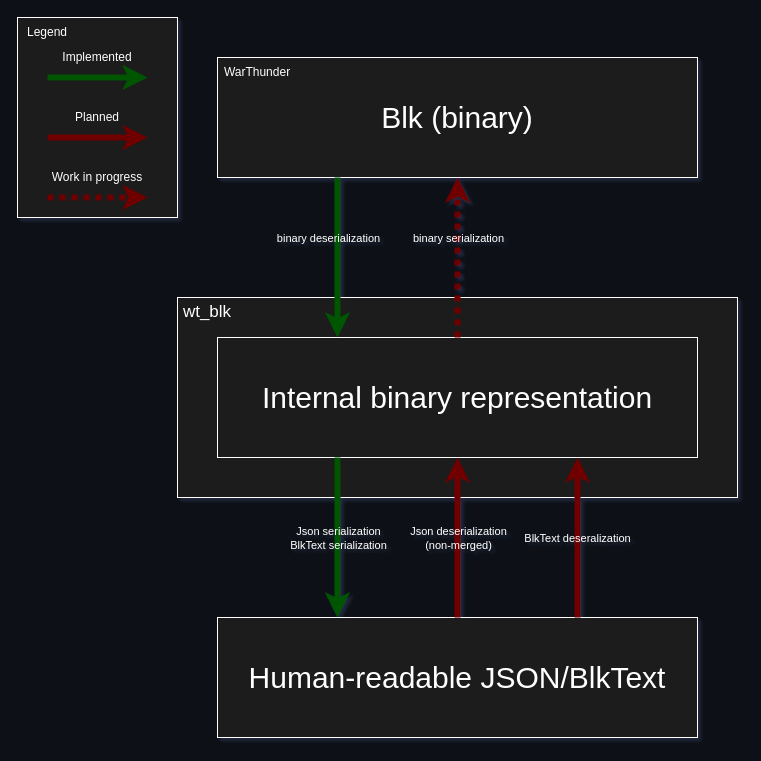
The draw.io diagram charts/blk_conversions.drawio in Warthunder-Open-Source-Foundation/wt_blk, before the edit. Source tidied: cells renumbered, new cells numbered last; positions are measured from the earlier drawing's top-left corner, leaving out a move shared by most shapes. Both pictures are drawn from the tidied source at 100%, with x=0, y=0 at pixel (17, 17).
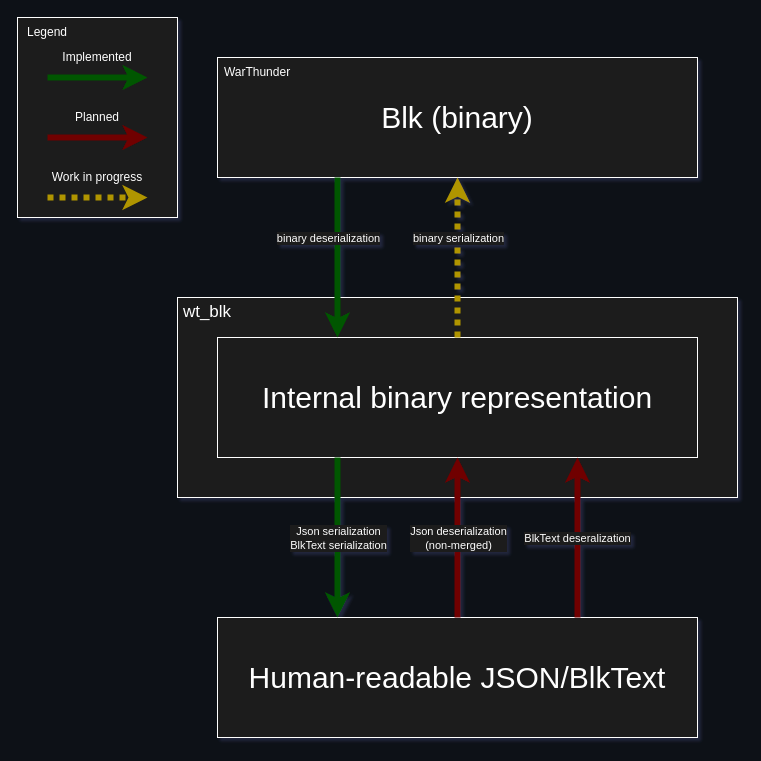
After the change.

Commit message:
Make chart compatible with white mode backgrounds

The change refers to these unchanged cells:
```xml
<mxCell id="4" value="&lt;font style=&quot;font-size: 30px;&quot;&gt;Blk (binary)&lt;/font&gt;" style="rounded=0;whiteSpace=wrap;html=1;labelBackgroundColor=none;fillColor=#1c1c1c;strokeColor=#FFFFFF;fontColor=#FFFFFF;labelBorderColor=none;" parent="1" vertex="1">
  <mxGeometry x="200" y="40" width="480" height="120" as="geometry" />
</mxCell>
<mxCell id="6" value="&lt;font style=&quot;font-size: 30px;&quot;&gt;Internal binary representation&lt;/font&gt;" style="rounded=0;whiteSpace=wrap;html=1;labelBackgroundColor=none;fillColor=#1c1c1c;strokeColor=#FFFFFF;fontColor=#FFFFFF;labelBorderColor=none;" parent="1" vertex="1">
  <mxGeometry x="200" y="320" width="480" height="120" as="geometry" />
</mxCell>
<mxCell id="9" style="endArrow=classic;html=1;rounded=0;exitX=0.25;exitY=1;exitDx=0;exitDy=0;entryX=0.25;entryY=0;entryDx=0;entryDy=0;labelBackgroundColor=none;fontColor=default;fillColor=#008a00;strokeColor=#005700;strokeWidth=6;" parent="1" edge="1" source="4" target="6">
  <mxGeometry relative="1" as="geometry" />
</mxCell>
<mxCell id="12" style="endArrow=classic;html=1;rounded=0;exitX=0.25;exitY=1;exitDx=0;exitDy=0;entryX=0.25;entryY=0;entryDx=0;entryDy=0;labelBackgroundColor=none;fontColor=default;fillColor=#008a00;strokeColor=#005700;strokeWidth=6;" parent="1" edge="1" source="6" target="11">
  <mxGeometry relative="1" as="geometry" />
</mxCell>
<mxCell id="14" style="endArrow=classic;html=1;rounded=0;exitX=0.5;exitY=0;exitDx=0;exitDy=0;entryX=0.5;entryY=1;entryDx=0;entryDy=0;labelBackgroundColor=none;fontColor=default;fillColor=#a20025;strokeColor=#6F0000;strokeWidth=6;" parent="1" edge="1" source="11" target="6">
  <mxGeometry relative="1" as="geometry" />
</mxCell>
<mxCell id="16" style="endArrow=classic;html=1;rounded=0;exitX=0.75;exitY=0;exitDx=0;exitDy=0;entryX=0.75;entryY=1;entryDx=0;entryDy=0;labelBackgroundColor=none;fontColor=default;fillColor=#a20025;strokeColor=#6F0000;strokeWidth=6;" parent="1" edge="1" source="11" target="6">
  <mxGeometry relative="1" as="geometry" />
</mxCell>
```

What changed in the source:
```diff
@@
-    <mxCell id="7" style="endArrow=classic;html=1;rounded=0;exitX=0.5;exitY=0;exitDx=0;exitDy=0;entryX=0.5;entryY=1;entryDx=0;entryDy=0;dashed=1;dashPattern=1 1;labelBackgroundColor=none;fontColor=default;fillColor=#a20025;strokeColor=#6F0000;strokeWidth=6;" parent="1" edge="1" source="6" target="4">
+    <mxCell id="7" style="endArrow=classic;html=1;rounded=0;exitX=0.5;exitY=0;exitDx=0;exitDy=0;entryX=0.5;entryY=1;entryDx=0;entryDy=0;dashed=1;dashPattern=1 1;labelBackgroundColor=none;fontColor=default;fillColor=#e3c800;strokeColor=#B09500;strokeWidth=6;" parent="1" edge="1" source="6" target="4">
       <mxGeometry relative="1" as="geometry" />
     </mxCell>
-    <mxCell id="8" value="binary serialization" style="edgeLabel;html=1;align=center;verticalAlign=middle;labelBackgroundColor=none;rounded=0;fontColor=#FFFFFF;labelBorderColor=none;" parent="7" vertex="1">
+    <mxCell id="8" value="binary serialization" style="edgeLabel;html=1;align=center;verticalAlign=middle;labelBackgroundColor=#1c1c1c;rounded=0;fontColor=#FFFFFF;labelBorderColor=none;" parent="7" vertex="1">
       <mxGeometry x="0.06" y="-3" relative="1" as="geometry">
         <mxPoint x="-3" y="-15" as="offset" />
       </mxGeometry>
     </mxCell>
@@
-    <mxCell id="10" value="binary deserialization" style="edgeLabel;html=1;align=center;verticalAlign=middle;labelBackgroundColor=none;rounded=0;fontColor=#FFFFFF;labelBorderColor=none;" parent="9" vertex="1">
+    <mxCell id="10" value="binary deserialization" style="edgeLabel;html=1;align=center;verticalAlign=middle;labelBackgroundColor=#1c1c1c;rounded=0;fontColor=#FFFFFF;labelBorderColor=none;" parent="9" vertex="1">
       <mxGeometry x="-0.15" y="2" relative="1" as="geometry">
         <mxPoint x="-12" y="-8" as="offset" />
       </mxGeometry>
     </mxCell>
@@
-    <mxCell id="13" value="Json serialization&lt;br&gt;BlkText serialization" style="edgeLabel;html=1;align=center;verticalAlign=middle;labelBackgroundColor=none;rounded=0;fontColor=#FFFFFF;labelBorderColor=none;" parent="12" vertex="1">
+    <mxCell id="13" value="Json serialization&lt;br&gt;BlkText serialization" style="edgeLabel;html=1;align=center;verticalAlign=middle;labelBackgroundColor=#1c1c1c;rounded=0;fontColor=#FFFFFF;labelBorderColor=none;" parent="12" vertex="1">
       <mxGeometry x="-0.12" relative="1" as="geometry">
         <mxPoint y="10" as="offset" />
       </mxGeometry>
     </mxCell>
@@
-    <mxCell id="15" value="Json deserialization&lt;br&gt;(non-merged)" style="edgeLabel;html=1;align=center;verticalAlign=middle;labelBackgroundColor=none;rounded=0;fontColor=#FFFFFF;labelBorderColor=none;" parent="14" vertex="1">
+    <mxCell id="15" value="Json deserialization&lt;br&gt;(non-merged)" style="edgeLabel;html=1;align=center;verticalAlign=middle;labelBackgroundColor=#1c1c1c;rounded=0;fontColor=#FFFFFF;labelBorderColor=none;" parent="14" vertex="1">
       <mxGeometry x="0.04" y="1" relative="1" as="geometry">
         <mxPoint x="1" y="3" as="offset" />
       </mxGeometry>
     </mxCell>
@@
-    <mxCell id="17" value="BlkText deseralization" style="edgeLabel;html=1;align=center;verticalAlign=middle;labelBackgroundColor=none;rounded=0;fontColor=#FFFFFF;labelBorderColor=none;" parent="16" vertex="1">
+    <mxCell id="17" value="BlkText deseralization" style="edgeLabel;html=1;align=center;verticalAlign=middle;labelBackgroundColor=#1c1c1c;rounded=0;fontColor=#FFFFFF;labelBorderColor=none;" parent="16" vertex="1">
       <mxGeometry x="0.04" y="1" relative="1" as="geometry">
         <mxPoint y="3" as="offset" />
       </mxGeometry>
     </mxCell>
@@
-    <mxCell id="24" style="endArrow=classic;html=1;rounded=0;elbow=horizontal;dashed=1;dashPattern=1 1;labelBackgroundColor=none;fontColor=default;fillColor=#a20025;strokeColor=#6F0000;strokeWidth=6;" parent="1" edge="1">
+    <mxCell id="24" style="endArrow=classic;html=1;rounded=0;elbow=horizontal;dashed=1;dashPattern=1 1;labelBackgroundColor=none;fontColor=default;fillColor=#e3c800;strokeColor=#B09500;strokeWidth=6;" parent="1" edge="1">
       <mxGeometry relative="1" as="geometry">
         <mxPoint x="30" y="180" as="sourcePoint" />
         <mxPoint x="130" y="180" as="targetPoint" />
       </mxGeometry>
     </mxCell>
```
